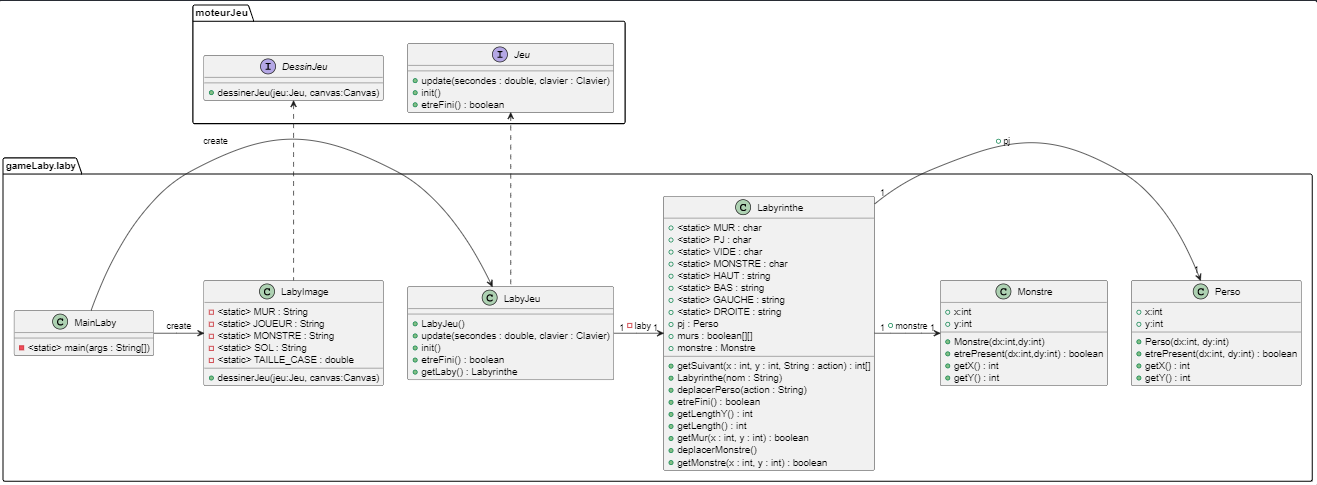
Above: documents/version_4/diag_class_labyimage.png in WashiFR/2023_Zeldiablo_weier3u_lemeunie6u_chauvel8u_dietric43u (PlantUML), before the change. Its source is kept beside it as documents/version_4/diag_class_labyimage.puml.
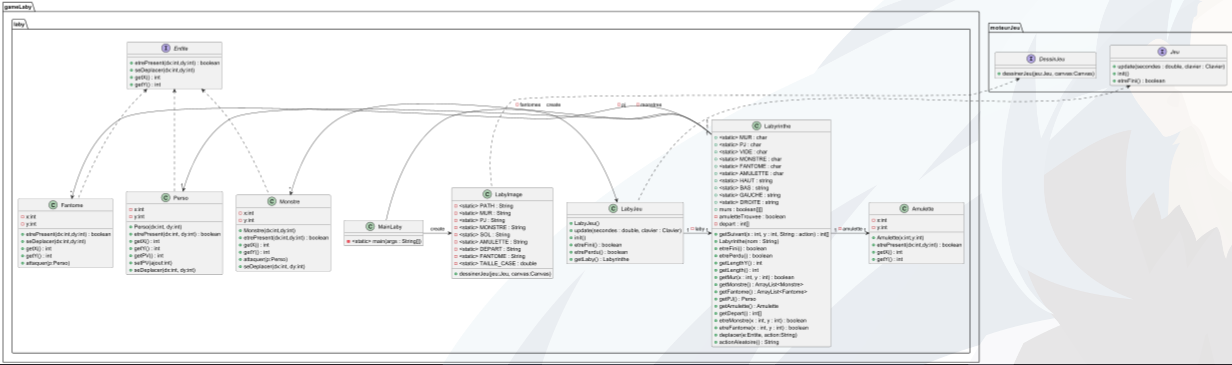
The same file after the commit.

Commit message:
Nouveau diagramme de classe comprenant toutes les modifications

Diff of the diagram source:
```diff
@@ -13,11 +13,88 @@
 }
 
 package gameLaby.laby {
+top to bottom direction
+class Monstre{
+- x:int
+- y:int
++ Monstre(dx:int,dy:int)
++ etrePresent(dx:int,dy:int) : boolean
++ getX() : int
++ getY() : int
++ attaquer(p:Perso)
++ seDeplacer(dx:int, dy:int)
+}
+Entite <.. Monstre
+
+class Perso{
+- x:int
+- y:int
++ Perso(dx:int, dy:int)
++ etrePresent(dx:int, dy:int) : boolean
++ getX() : int
++ getY() : int
++ getPV() : int
++ setPV(ajout:int)
++ seDeplacer(dx:int, dy:int)
+}
+Entite <.. Perso
+
+class Fantome{
+- x:int
+- y:int
++ etrePresent(dx:int,dy:int) : boolean
++ seDeplacer(dx:int,dy:int)
++ getX() : int
++ getY() : int
++ attaquer(p:Perso)
+}
+Entite <.. Fantome
+
+class Labyrinthe{
++ <static> MUR : char
++ <static> PJ : char
++ <static> VIDE : char
++ <static> MONSTRE : char
++ <static> FANTOME : char
++ <static> AMULETTE : char
++ <static> HAUT : string
++ <static> BAS : string
++ <static> GAUCHE : string
++ <static> DROITE : string
++ murs : boolean[][]
+- amuletteTrouvee : boolean
+- depart : int[]
++ getSuivant(x : int, y : int, String : action) : int[]
++ Labyrinthe(nom : String)
++ etreFini() : boolean
++ etrePerdu() : boolean
++ getLengthY() : int
++ getLength() : int
++ getMur(x : int, y : int) : boolean
++ getMonstre() : ArrayList<Monstre>
++ getFantome() : ArrayList<Fantome>
++ getPJ() : Perso
++ getAmulette() : Amulette
++ getDepart() : int[]
++ etreMonstre(x : int, y : int) : boolean
++ etreFantome(x : int, y : int) : boolean
++ deplacer(e:Entite, action:String)
++ actionAleatoire() : String
+}
+Labyrinthe "1" -> "1" Perso : -pj
+Labyrinthe "1" -> "*" Monstre : -monstres
+Labyrinthe "1" -> "*" Fantome : -fantomes
+Labyrinthe "1" -> "1" Amulette : -amulette
+
 class LabyImage{
+- <static> PATH : String
 - <static> MUR : String
-- <static> JOUEUR : String
+- <static> PJ : String
 - <static> MONSTRE : String
 - <static> SOL : String
+- <static> AMULETTE : String
+- <static> DEPART : String
+- <static> FANTOME : String
 - <static> TAILLE_CASE : double
 + dessinerJeu(jeu:Jeu, canvas:Canvas)
 }
@@ -28,35 +105,11 @@
 +update(secondes : double, clavier : Clavier)
 +init()
 +etreFini() : boolean
++etrePerdu() : boolean
 +getLaby() : Labyrinthe
 }
 Jeu <.. LabyJeu
 LabyJeu "1" -> "1" Labyrinthe: -laby
-
-class Labyrinthe{
-+ <static> MUR : char
-+ <static> PJ : char
-+ <static> VIDE : char
-+ <static> MONSTRE : char
-+ <static> HAUT : string
-+ <static> BAS : string
-+ <static> GAUCHE : string
-+ <static> DROITE : string
-+ pj : Perso
-+ murs : boolean[][]
-+ monstre : Monstre
-+ getSuivant(x : int, y : int, String : action) : int[]
-+ Labyrinthe(nom : String)
-+ deplacerPerso(action : String)
-+ etreFini() : boolean
-+ getLengthY() : int
-+ getLength() : int
-+ getMur(x : int, y : int) : boolean
-+ deplacerMonstre()
-+ getMonstre(x : int, y : int) : boolean
-}
-Labyrinthe "1" -> "1" Perso : +pj
-Labyrinthe "1" -> "1" Monstre : +monstre
 
 class MainLaby{
 - <static> main(args : String[])
@@ -64,22 +117,22 @@
 MainLaby -> LabyImage : create
 MainLaby -> LabyJeu : create
 
-class Monstre{
-+ x:int
-+ y:int
-+ Monstre(dx:int,dy:int)
-+ etrePresent(dx:int,dy:int) : boolean
-+ getX() : int
-+ getY() : int
+class Amulette{
+- x:int
+- y:int
++Amulette(x:int,y:int)
++etrePresent(dx:int,dy:int) : boolean
++getX() : int
++getY() : int
 }
 
-class Perso{
-+ x:int
-+ y:int
-+ Perso(dx:int, dy:int)
-+ etrePresent(dx:int, dy:int) : boolean
-+ getX() : int
-+ getY() : int
+
+
+interface Entite{
++etrePresent(dx:int,dy:int) : boolean
++seDeplacer(dx:int,dy:int)
++getX() : int
++getY() : int
 }
 }
 @enduml
```
